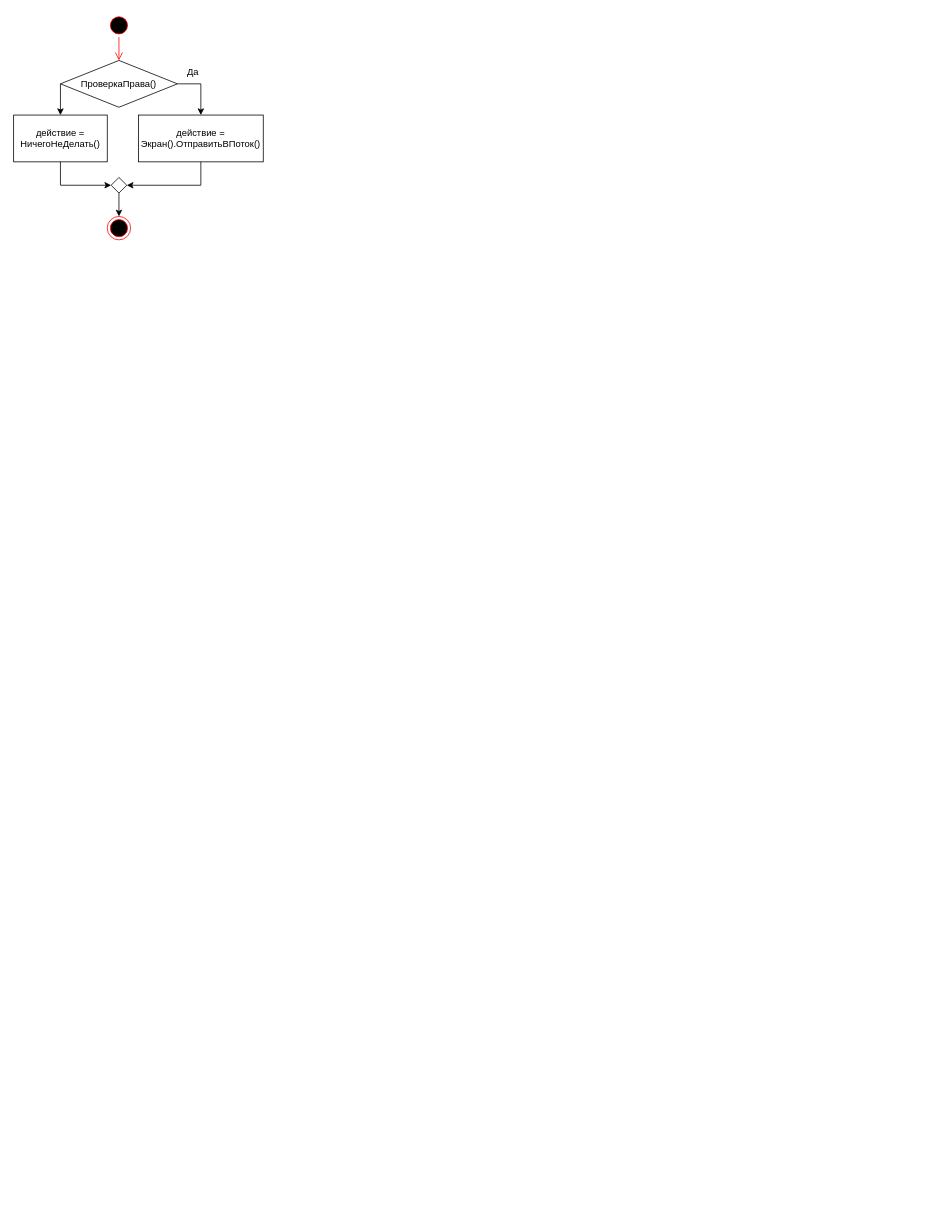
Before: ТОАУ/ЛР2/7 1.drawio in eldarian-1/pstu, a draw.io diagram. Source tidied: cells renumbered, new cells numbered last; positions are measured from the earlier drawing's top-left corner, leaving out a move shared by most shapes. Both pictures are drawn from the tidied source at 78%, with x=0, y=0 at pixel (13, 13).
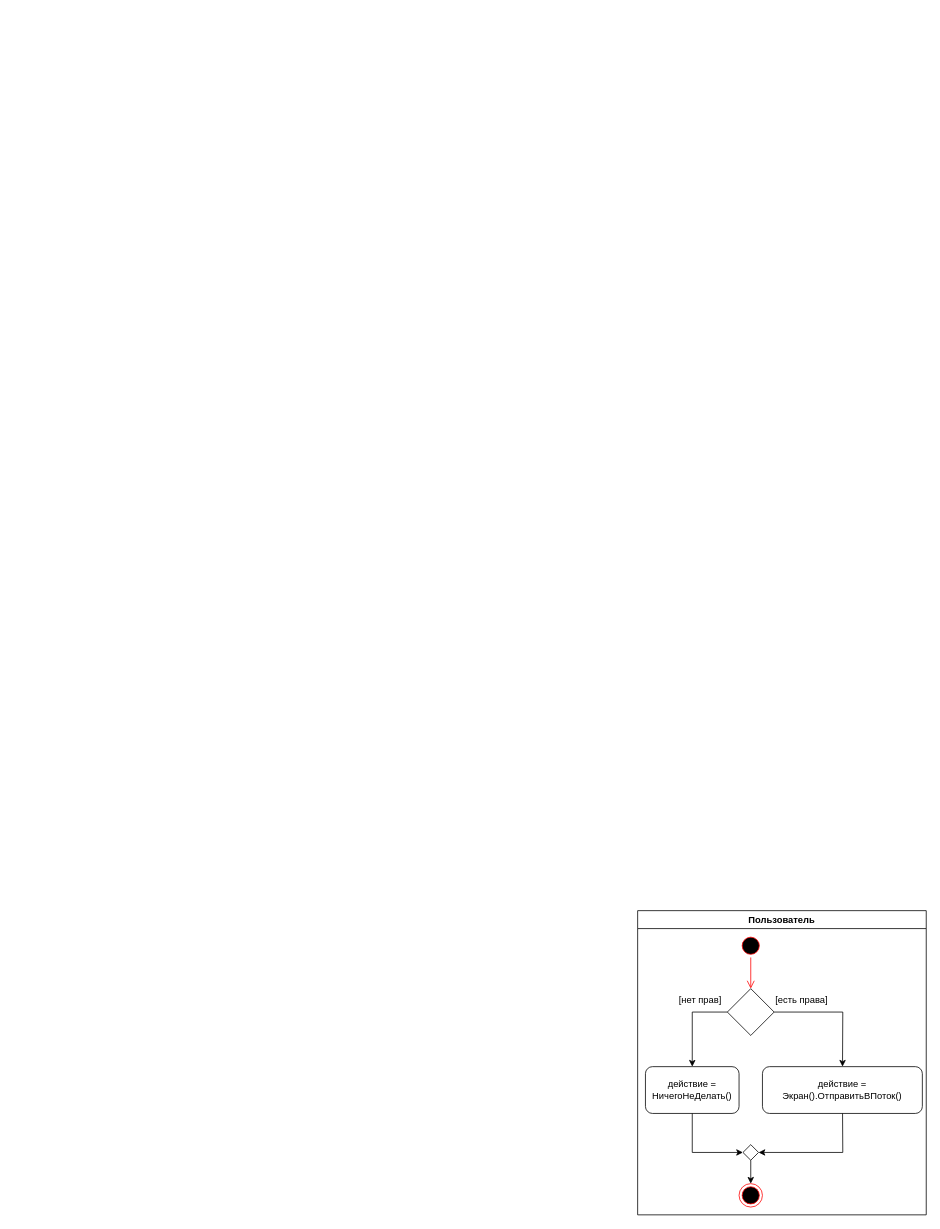
Above is the later version.

Diff of the diagram source:
```diff
@@
-    <mxCell id="2" style="ellipse;html=1;shape=startState;fillColor=#000000;strokeColor=#ff0000;" parent="1" vertex="1">
-      <mxGeometry x="120" width="30" height="30" as="geometry" />
-    </mxCell>
-    <mxCell id="3" style="edgeStyle=orthogonalEdgeStyle;html=1;verticalAlign=bottom;endArrow=open;endSize=8;strokeColor=#ff0000;rounded=0;" parent="1" edge="1" source="2" target="7">
-      <mxGeometry relative="1" as="geometry" />
-    </mxCell>
+    <mxCell id="15" value="Пользователь" style="swimlane;" parent="1" vertex="1">
+      <mxGeometry x="800" y="1150" width="370" height="390" as="geometry" />
+    </mxCell>
+    <mxCell id="16" style="ellipse;html=1;shape=startState;fillColor=#000000;strokeColor=#ff0000;" parent="15" vertex="1">
+      <mxGeometry x="130" y="30" width="30" height="30" as="geometry" />
+    </mxCell>
+    <mxCell id="17" style="edgeStyle=orthogonalEdgeStyle;html=1;verticalAlign=bottom;endArrow=open;endSize=8;strokeColor=#ff0000;rounded=0;" parent="15" edge="1" source="16" target="20">
+      <mxGeometry relative="1" as="geometry" />
+    </mxCell>
-    <mxCell id="4" value="действие = Экран().ОтправитьВПоток()" style="rounded=0;whiteSpace=wrap;html=1;" parent="1" vertex="1">
-      <mxGeometry x="160" y="130" width="160" height="60" as="geometry" />
+    <mxCell id="4" value="действие = Экран().ОтправитьВПоток()" style="rounded=1;whiteSpace=wrap;html=1;" parent="15" vertex="1">
+      <mxGeometry x="160" y="200" width="205" height="60" as="geometry" />
     </mxCell>
-    <mxCell id="5" style="ellipse;html=1;shape=endState;fillColor=#000000;strokeColor=#ff0000;" parent="1" vertex="1">
-      <mxGeometry x="120" y="260" width="30" height="30" as="geometry" />
-    </mxCell>
-    <mxCell id="6" style="endArrow=classic;html=1;rounded=0;entryX=1;entryY=0.5;entryDx=0;entryDy=0;" parent="1" edge="1" source="4" target="12">
-      <mxGeometry relative="1" as="geometry">
-        <Array as="points">
-          <mxPoint x="240" y="220" />
-        </Array>
-      </mxGeometry>
-    </mxCell>
-    <mxCell id="7" value="ПроверкаПрава()" style="rhombus;whiteSpace=wrap;html=1;" parent="1" vertex="1">
-      <mxGeometry x="60" y="60" width="150" height="60" as="geometry" />
-    </mxCell>
-    <mxCell id="8" style="endArrow=classic;html=1;rounded=0;exitX=1;exitY=0.5;exitDx=0;exitDy=0;" parent="1" edge="1" source="7" target="4">
-      <mxGeometry relative="1" as="geometry">
-        <Array as="points">
-          <mxPoint x="240" y="90" />
-        </Array>
-      </mxGeometry>
-    </mxCell>
+    <mxCell id="18" style="ellipse;html=1;shape=endState;fillColor=#000000;strokeColor=#ff0000;" parent="15" vertex="1">
+      <mxGeometry x="130" y="350" width="30" height="30" as="geometry" />
+    </mxCell>
+    <mxCell id="19" style="endArrow=classic;html=1;rounded=0;entryX=1;entryY=0.5;entryDx=0;entryDy=0;" parent="15" edge="1" source="4" target="23">
+      <mxGeometry relative="1" as="geometry">
+        <Array as="points">
+          <mxPoint x="263" y="310" />
+        </Array>
+      </mxGeometry>
+    </mxCell>
+    <mxCell id="20" style="rhombus;whiteSpace=wrap;html=1;" parent="15" vertex="1">
+      <mxGeometry x="115" y="100" width="60" height="60" as="geometry" />
+    </mxCell>
+    <mxCell id="21" style="endArrow=classic;html=1;rounded=0;exitX=1;exitY=0.5;exitDx=0;exitDy=0;" parent="15" edge="1" source="20" target="4">
+      <mxGeometry relative="1" as="geometry">
+        <Array as="points">
+          <mxPoint x="263" y="130" />
+        </Array>
+      </mxGeometry>
+    </mxCell>
-    <mxCell id="9" value="действие = НичегоНеДелать()" style="rounded=0;whiteSpace=wrap;html=1;" parent="1" vertex="1">
-      <mxGeometry y="130" width="120" height="60" as="geometry" />
+    <mxCell id="9" value="действие = НичегоНеДелать()" style="rounded=1;whiteSpace=wrap;html=1;" parent="15" vertex="1">
+      <mxGeometry x="10" y="200" width="120" height="60" as="geometry" />
     </mxCell>
-    <mxCell id="10" style="endArrow=classic;html=1;rounded=0;exitX=0;exitY=0.5;exitDx=0;exitDy=0;" parent="1" edge="1" source="7" target="9">
-      <mxGeometry relative="1" as="geometry" />
-    </mxCell>
-    <mxCell id="11" value="Да" style="text;html=1;strokeColor=none;fillColor=none;align=center;verticalAlign=middle;whiteSpace=wrap;rounded=0;" parent="1" vertex="1">
-      <mxGeometry x="200" y="60" width="60" height="30" as="geometry" />
-    </mxCell>
-    <mxCell id="12" style="rhombus;whiteSpace=wrap;html=1;" parent="1" vertex="1">
-      <mxGeometry x="125" y="210" width="20" height="20" as="geometry" />
-    </mxCell>
-    <mxCell id="13" style="endArrow=classic;html=1;rounded=0;entryX=0;entryY=0.5;entryDx=0;entryDy=0;" parent="1" edge="1" source="9" target="12">
-      <mxGeometry relative="1" as="geometry">
-        <Array as="points">
-          <mxPoint x="60" y="220" />
-        </Array>
-      </mxGeometry>
-    </mxCell>
-    <mxCell id="14" style="endArrow=classic;html=1;rounded=0;exitX=0.5;exitY=1;exitDx=0;exitDy=0;" parent="1" edge="1" source="12" target="5">
-      <mxGeometry relative="1" as="geometry" />
-    </mxCell>
+    <mxCell id="22" style="endArrow=classic;html=1;rounded=0;exitX=0;exitY=0.5;exitDx=0;exitDy=0;" parent="15" edge="1" source="20" target="9">
+      <mxGeometry relative="1" as="geometry">
+        <Array as="points">
+          <mxPoint x="70" y="130" />
+        </Array>
+      </mxGeometry>
+    </mxCell>
+    <mxCell id="23" style="rhombus;whiteSpace=wrap;html=1;" parent="15" vertex="1">
+      <mxGeometry x="135" y="300" width="20" height="20" as="geometry" />
+    </mxCell>
+    <mxCell id="24" style="endArrow=classic;html=1;rounded=0;entryX=0;entryY=0.5;entryDx=0;entryDy=0;" parent="15" edge="1" source="9" target="23">
+      <mxGeometry relative="1" as="geometry">
+        <Array as="points">
+          <mxPoint x="70" y="310" />
+        </Array>
+      </mxGeometry>
+    </mxCell>
+    <mxCell id="25" style="endArrow=classic;html=1;rounded=0;exitX=0.5;exitY=1;exitDx=0;exitDy=0;" parent="15" edge="1" source="23" target="18">
+      <mxGeometry relative="1" as="geometry" />
+    </mxCell>
+    <mxCell id="26" value="[нет прав]" style="text;html=1;align=center;verticalAlign=middle;strokeColor=none;fillColor=none;" parent="15" vertex="1">
+      <mxGeometry x="45" y="105" width="70" height="20" as="geometry" />
+    </mxCell>
+    <mxCell id="27" value="[есть права]" style="text;html=1;align=center;verticalAlign=middle;strokeColor=none;fillColor=none;" parent="15" vertex="1">
+      <mxGeometry x="170" y="105" width="80" height="20" as="geometry" />
+    </mxCell>
```
